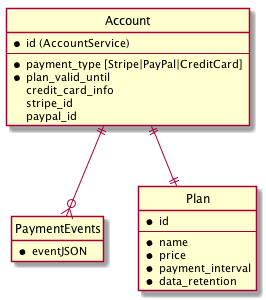
RisingStack/training-microservices-v2 keeps this PlantUML diagram as 2_distributed_monolith/Payment.png. Above is the earlier version.
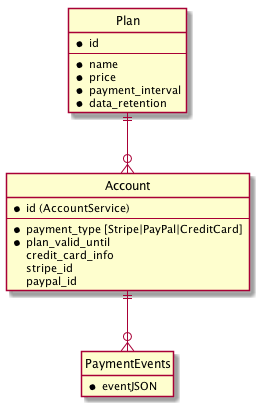
Above is the later version.

What changed in the source:
```diff
@@ -26,7 +26,7 @@
 *data_retention
 }
 
-Account ||--|| Plan
+Plan ||--o{ Account
 
 Account ||--o{ PaymentEvents
 
```
